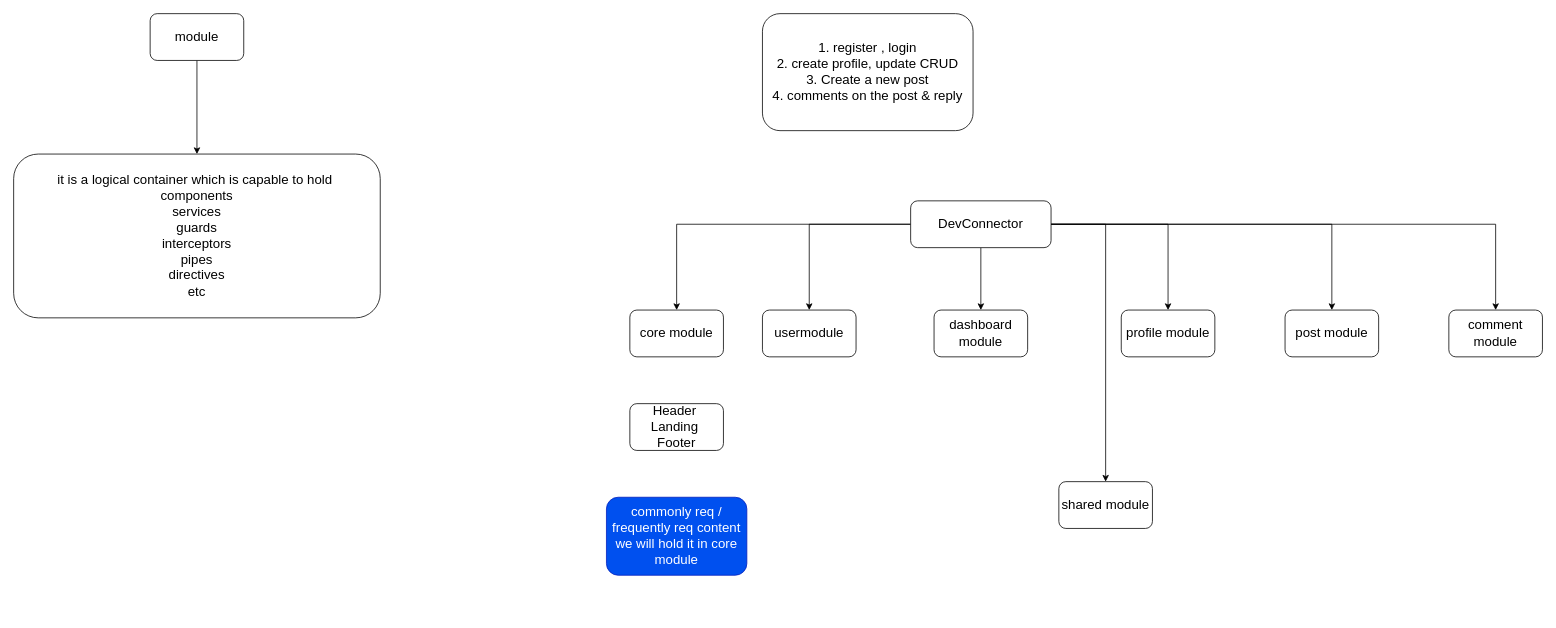
Earlier version of the draw.io diagram page "project workflow modulewise" (2 of 6) of workflow.drawio (abhinandanchivate/cogentBatch59). Source tidied: cells renumbered, new cells numbered last; positions are measured from the earlier drawing's top-left corner, leaving out a move shared by most shapes. Both pictures are drawn from the tidied source at 78%, with x=0, y=0 at pixel (13, 13).
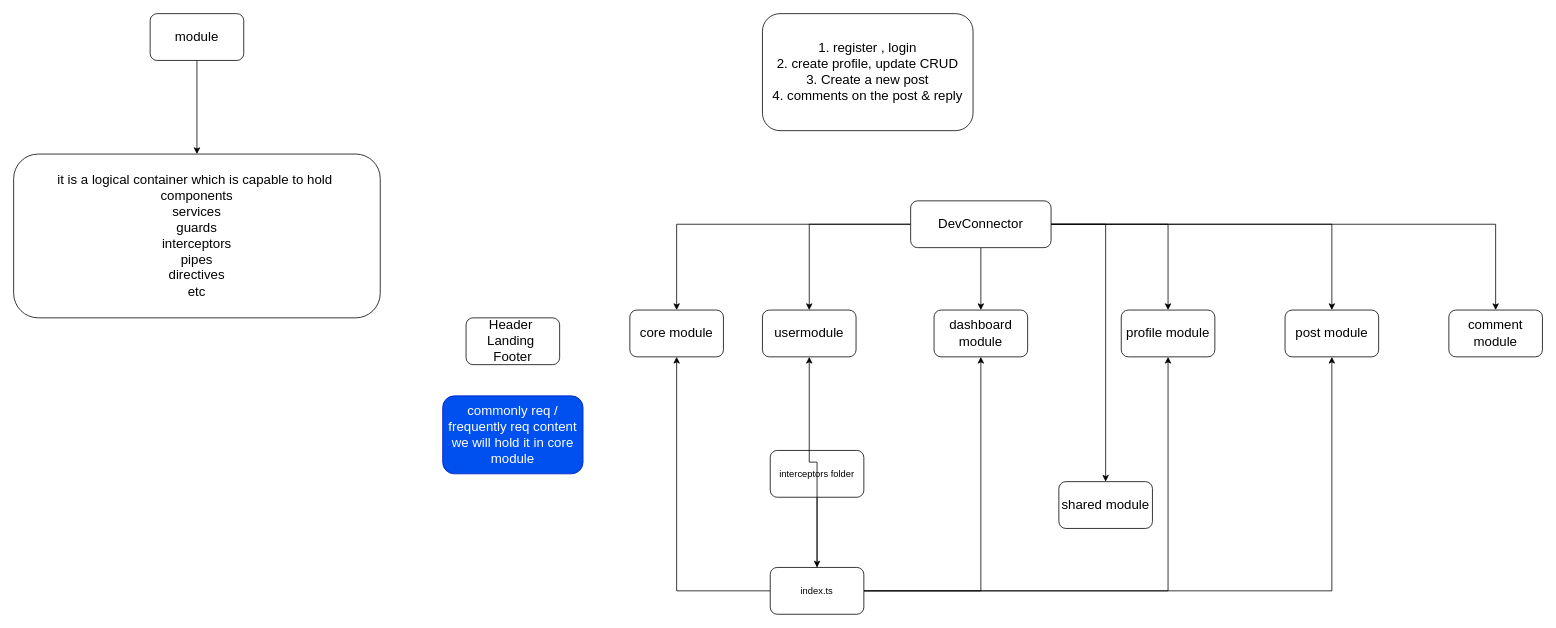
Above is the later version.

The change refers to these unchanged cells:
```xml
<mxCell id="14" value="core module" style="whiteSpace=wrap;html=1;fontSize=17;rounded=1;" parent="1" vertex="1">
  <mxGeometry x="790" y="380" width="120" height="60" as="geometry" />
</mxCell>
<mxCell id="15" value="usermodule" style="whiteSpace=wrap;html=1;fontSize=17;rounded=1;" parent="1" vertex="1">
  <mxGeometry x="960" y="380" width="120" height="60" as="geometry" />
</mxCell>
<mxCell id="16" value="dashboard module" style="whiteSpace=wrap;html=1;fontSize=17;rounded=1;" parent="1" vertex="1">
  <mxGeometry x="1180" y="380" width="120" height="60" as="geometry" />
</mxCell>
<mxCell id="17" value="profile module" style="whiteSpace=wrap;html=1;fontSize=17;rounded=1;" parent="1" vertex="1">
  <mxGeometry x="1420" y="380" width="120" height="60" as="geometry" />
</mxCell>
<mxCell id="18" value="post module" style="whiteSpace=wrap;html=1;fontSize=17;rounded=1;" parent="1" vertex="1">
  <mxGeometry x="1630" y="380" width="120" height="60" as="geometry" />
</mxCell>
```

What changed in the source:
```diff
@@
     <mxCell id="21" value="Header&amp;nbsp;&lt;br&gt;Landing&amp;nbsp;&lt;br&gt;Footer" style="rounded=1;whiteSpace=wrap;html=1;fontSize=17;" parent="1" vertex="1">
-      <mxGeometry x="790" y="500" width="120" height="60" as="geometry" />
+      <mxGeometry x="580" y="390" width="120" height="60" as="geometry" />
     </mxCell>
     <mxCell id="22" value="commonly req / frequently req content we will hold it in core module" style="rounded=1;whiteSpace=wrap;html=1;fontSize=17;fillColor=#0050ef;strokeColor=#001DBC;fontColor=#ffffff;" parent="1" vertex="1">
-      <mxGeometry x="760" y="620" width="180" height="100" as="geometry" />
+      <mxGeometry x="550" y="490" width="180" height="100" as="geometry" />
     </mxCell>
+    <mxCell id="23" style="edgeStyle=orthogonalEdgeStyle;rounded=0;jettySize=auto;html=1;" parent="1" edge="1" source="24" target="30">
+      <mxGeometry relative="1" as="geometry" />
+    </mxCell>
+    <mxCell id="24" value="interceptors folder" style="rounded=1;whiteSpace=wrap;html=1;" parent="1" vertex="1">
+      <mxGeometry x="970" y="560" width="120" height="60" as="geometry" />
+    </mxCell>
+    <mxCell id="25" style="edgeStyle=orthogonalEdgeStyle;rounded=0;jettySize=auto;html=1;entryX=0.5;entryY=1;entryDx=0;entryDy=0;" parent="1" edge="1" source="30" target="14">
+      <mxGeometry relative="1" as="geometry" />
+    </mxCell>
+    <mxCell id="26" style="edgeStyle=orthogonalEdgeStyle;rounded=0;jettySize=auto;html=1;entryX=0.5;entryY=1;entryDx=0;entryDy=0;" parent="1" edge="1" source="30" target="16">
+      <mxGeometry relative="1" as="geometry" />
+    </mxCell>
+    <mxCell id="27" style="edgeStyle=orthogonalEdgeStyle;rounded=0;jettySize=auto;html=1;" parent="1" edge="1" source="30" target="15">
+      <mxGeometry relative="1" as="geometry" />
+    </mxCell>
+    <mxCell id="28" style="edgeStyle=orthogonalEdgeStyle;rounded=0;jettySize=auto;html=1;" parent="1" edge="1" source="30" target="17">
+      <mxGeometry relative="1" as="geometry" />
+    </mxCell>
+    <mxCell id="29" style="edgeStyle=orthogonalEdgeStyle;rounded=0;jettySize=auto;html=1;entryX=0.5;entryY=1;entryDx=0;entryDy=0;" parent="1" edge="1" source="30" target="18">
+      <mxGeometry relative="1" as="geometry" />
+    </mxCell>
+    <mxCell id="30" value="index.ts" style="whiteSpace=wrap;html=1;rounded=1;" parent="1" vertex="1">
+      <mxGeometry x="970" y="710" width="120" height="60" as="geometry" />
+    </mxCell>
```
